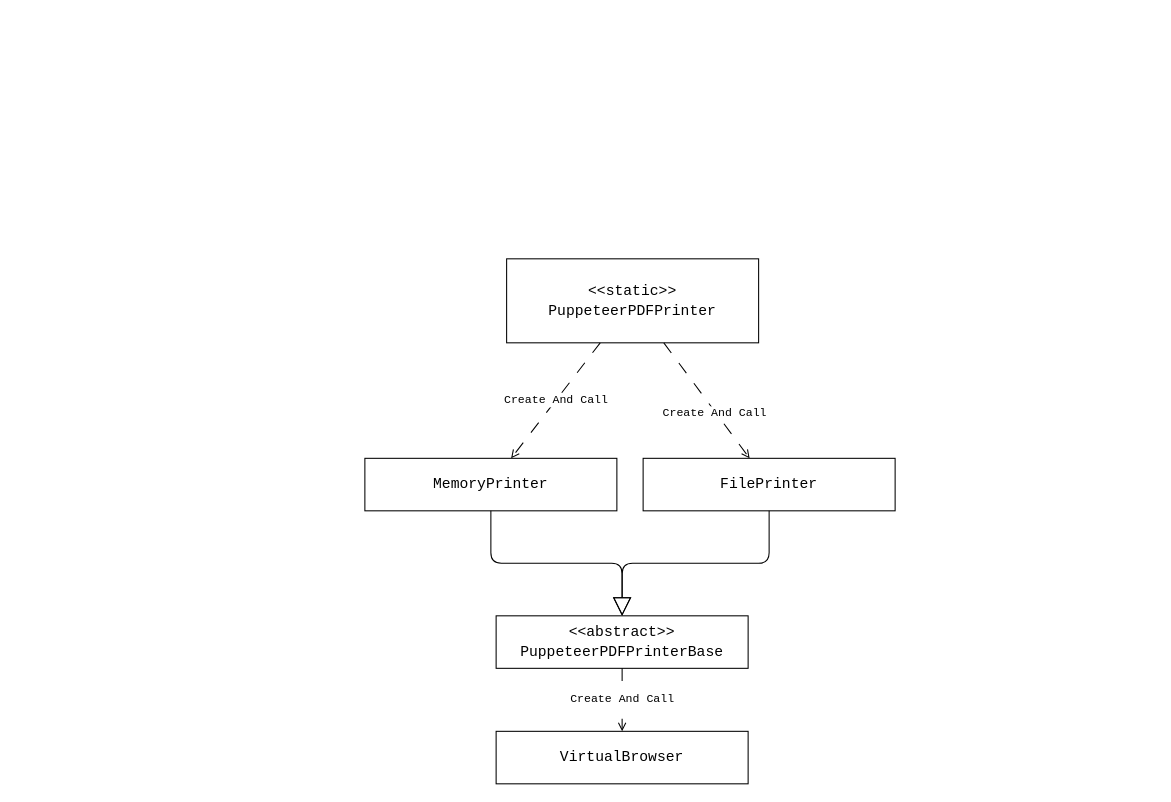
The draw.io diagram page "Printer" (3 of 3) of docs/memo/architecture.drawio in kazumatu981/markdown-it-pdf, before the edit. Source tidied: cells renumbered, new cells numbered last; positions are measured from the earlier drawing's top-left corner, leaving out a move shared by most shapes. Both pictures are drawn from the tidied source at 105%, with x=0, y=0 at pixel (364, 258).
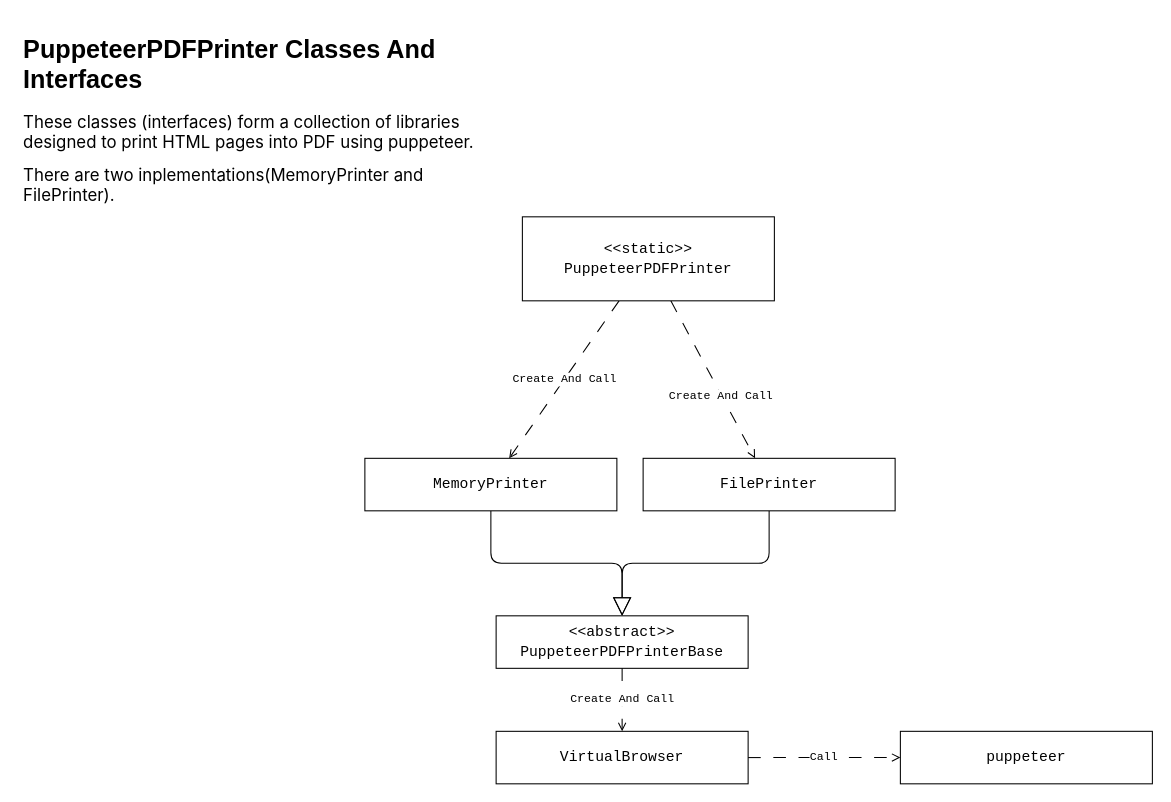
After the change.

The edit, as a diff of the source:
```diff
@@
 <mxGraphModel>
   <root>
     <mxCell id="0" />
     <mxCell id="1" parent="0" />
     <mxCell id="2" value="Create And Call" style="edgeStyle=none;html=1;fontFamily=Courier New;fontColor=default;elbow=vertical;dashed=1;dashPattern=12 12;endArrow=open;endFill=0;" parent="1" edge="1" source="5" target="7">
       <mxGeometry relative="1" as="geometry" />
     </mxCell>
     <mxCell id="3" style="edgeStyle=none;html=1;fontFamily=Courier New;fontColor=default;elbow=vertical;dashed=1;dashPattern=12 12;endArrow=open;endFill=0;" parent="1" edge="1" source="5" target="9">
       <mxGeometry relative="1" as="geometry" />
     </mxCell>
     <mxCell id="4" value="Create And Call" style="edgeLabel;html=1;align=center;verticalAlign=middle;fontFamily=Courier New;fontColor=default;" parent="3" vertex="1">
       <mxGeometry x="0.2" y="-1" relative="1" as="geometry" />
     </mxCell>
-    <mxCell id="5" value="&lt;div style=&quot;font-size: 14px; line-height: 19px;&quot;&gt;&amp;lt;&amp;lt;static&amp;gt;&amp;gt;&lt;/div&gt;&lt;div style=&quot;font-size: 14px; line-height: 19px;&quot;&gt;PuppeteerPDFPrinter&lt;/div&gt;" style="rounded=0;whiteSpace=wrap;html=1;labelBackgroundColor=none;fontColor=default;fillColor=none;fontFamily=Courier New;" parent="1" vertex="1">
-      <mxGeometry x="135" width="240" height="80" as="geometry" />
+    <mxCell id="5" value="&lt;div style=&quot;font-size: 14px; line-height: 19px;&quot;&gt;&amp;lt;&amp;lt;static&amp;gt;&amp;gt;&lt;/div&gt;&lt;div style=&quot;font-size: 14px; line-height: 19px;&quot;&gt;PuppeteerPDFPrinter&lt;/div&gt;" style="rounded=0;whiteSpace=wrap;html=1;labelBackgroundColor=none;fontColor=default;fillColor=#FFFFFF;fontFamily=Courier New;" parent="1" vertex="1">
+      <mxGeometry x="150" y="-40" width="240" height="80" as="geometry" />
     </mxCell>
     <mxCell id="6" style="edgeStyle=orthogonalEdgeStyle;html=1;fontFamily=Courier New;fontColor=default;endArrow=block;endFill=0;elbow=vertical;endSize=15;" parent="1" edge="1" source="7" target="10">
       <mxGeometry relative="1" as="geometry" />
     </mxCell>
-    <mxCell id="7" value="&lt;div style=&quot;font-size: 14px; line-height: 19px;&quot;&gt;MemoryPrinter&lt;/div&gt;" style="rounded=0;whiteSpace=wrap;html=1;labelBackgroundColor=none;fontColor=default;fillColor=none;fontFamily=Courier New;" parent="1" vertex="1">
+    <mxCell id="7" value="&lt;div style=&quot;font-size: 14px; line-height: 19px;&quot;&gt;MemoryPrinter&lt;/div&gt;" style="rounded=0;whiteSpace=wrap;html=1;labelBackgroundColor=none;fontColor=default;fillColor=#FFFFFF;fontFamily=Courier New;" parent="1" vertex="1">
       <mxGeometry y="190" width="240" height="50" as="geometry" />
     </mxCell>
     <mxCell id="8" style="edgeStyle=orthogonalEdgeStyle;html=1;fontFamily=Courier New;fontColor=default;endArrow=block;endFill=0;elbow=vertical;endSize=15;" parent="1" edge="1" source="9" target="10">
       <mxGeometry relative="1" as="geometry" />
     </mxCell>
-    <mxCell id="9" value="&lt;div style=&quot;font-size: 14px; line-height: 19px;&quot;&gt;FilePrinter&lt;/div&gt;" style="rounded=0;whiteSpace=wrap;html=1;labelBackgroundColor=none;fontColor=default;fillColor=none;fontFamily=Courier New;" parent="1" vertex="1">
+    <mxCell id="9" value="&lt;div style=&quot;font-size: 14px; line-height: 19px;&quot;&gt;FilePrinter&lt;/div&gt;" style="rounded=0;whiteSpace=wrap;html=1;labelBackgroundColor=none;fontColor=default;fillColor=#FFFFFF;fontFamily=Courier New;" parent="1" vertex="1">
       <mxGeometry x="265" y="190" width="240" height="50" as="geometry" />
     </mxCell>
-    <mxCell id="10" value="&lt;div style=&quot;font-size: 14px; line-height: 19px;&quot;&gt;&amp;lt;&amp;lt;abstract&amp;gt;&amp;gt;&lt;/div&gt;&lt;div style=&quot;font-size: 14px; line-height: 19px;&quot;&gt;PuppeteerPDFPrinterBase&lt;/div&gt;" style="rounded=0;whiteSpace=wrap;html=1;labelBackgroundColor=none;fontColor=default;fillColor=none;fontFamily=Courier New;" parent="1" vertex="1">
+    <mxCell id="10" value="&lt;div style=&quot;font-size: 14px; line-height: 19px;&quot;&gt;&amp;lt;&amp;lt;abstract&amp;gt;&amp;gt;&lt;/div&gt;&lt;div style=&quot;font-size: 14px; line-height: 19px;&quot;&gt;PuppeteerPDFPrinterBase&lt;/div&gt;" style="rounded=0;whiteSpace=wrap;html=1;labelBackgroundColor=none;fontColor=default;fillColor=#FFFFFF;fontFamily=Courier New;" parent="1" vertex="1">
       <mxGeometry x="125" y="340" width="240" height="50" as="geometry" />
     </mxCell>
-    <mxCell id="11" value="&lt;div style=&quot;font-size: 14px; line-height: 19px;&quot;&gt;VirtualBrowser&lt;/div&gt;" style="rounded=0;whiteSpace=wrap;html=1;labelBackgroundColor=none;fontColor=default;fillColor=none;fontFamily=Courier New;" parent="1" vertex="1">
+    <mxCell id="11" value="&lt;div style=&quot;font-size: 14px; line-height: 19px;&quot;&gt;VirtualBrowser&lt;/div&gt;" style="rounded=0;whiteSpace=wrap;html=1;labelBackgroundColor=none;fontColor=default;fillColor=#FFFFFF;fontFamily=Courier New;" parent="1" vertex="1">
       <mxGeometry x="125" y="450" width="240" height="50" as="geometry" />
     </mxCell>
     <mxCell id="12" value="Create And Call" style="html=1;fontFamily=Courier New;fontColor=default;elbow=vertical;dashed=1;dashPattern=12 12;endArrow=open;endFill=0;" parent="1" edge="1" source="10" target="11">
       <mxGeometry relative="1" as="geometry" />
     </mxCell>
+    <mxCell id="13" value="&lt;h1&gt;PuppeteerPDFPrinter Classes And Interfaces&lt;/h1&gt;&lt;p&gt;&lt;font style=&quot;position: relative; border-bottom: 2px solid transparent; text-decoration-style: dotted; text-underline-offset: 3px; text-decoration-color: var(--cib-color-foreground-neutral-tertiary); font-family: -apple-system, Roboto, SegoeUI, &amp;quot;Segoe UI&amp;quot;, &amp;quot;Helvetica Neue&amp;quot;, Helvetica, Meiryo, &amp;quot;Meiryo UI&amp;quot;, &amp;quot;Arial Unicode MS&amp;quot;, sans-serif; font-size: 16px;&quot;&gt;These classes (interfaces) form a collection of libraries designed to print HTML pages into PDF using puppeteer.&lt;/font&gt;&lt;br&gt;&lt;/p&gt;&lt;p&gt;&lt;font style=&quot;position: relative; border-bottom: 2px solid transparent; text-decoration-style: dotted; text-underline-offset: 3px; text-decoration-color: var(--cib-color-foreground-neutral-tertiary); font-family: -apple-system, Roboto, SegoeUI, &amp;quot;Segoe UI&amp;quot;, &amp;quot;Helvetica Neue&amp;quot;, Helvetica, Meiryo, &amp;quot;Meiryo UI&amp;quot;, &amp;quot;Arial Unicode MS&amp;quot;, sans-serif; font-size: 16px;&quot;&gt;There are two inplementations(MemoryPrinter and FilePrinter).&lt;/font&gt;&lt;/p&gt;" style="text;html=1;strokeColor=none;fillColor=none;spacing=5;spacingTop=-20;whiteSpace=wrap;overflow=hidden;rounded=0;fontColor=#000000;" parent="1" vertex="1">
+      <mxGeometry x="-330" y="-219" width="450" height="179" as="geometry" />
+    </mxCell>
+    <mxCell id="14" value="&lt;div style=&quot;font-size: 14px; line-height: 19px;&quot;&gt;puppeteer&lt;/div&gt;" style="rounded=0;whiteSpace=wrap;html=1;labelBackgroundColor=none;fontColor=default;fillColor=#FFFFFF;fontFamily=Courier New;" parent="1" vertex="1">
+      <mxGeometry x="510" y="450" width="240" height="50" as="geometry" />
+    </mxCell>
+    <mxCell id="15" value="Call" style="html=1;fontFamily=Courier New;fontColor=default;elbow=vertical;dashed=1;dashPattern=12 12;endArrow=open;endFill=0;exitX=1;exitY=0.5;exitDx=0;exitDy=0;" parent="1" edge="1" source="11" target="14">
+      <mxGeometry x="-0.01" relative="1" as="geometry" />
+    </mxCell>
   </root>
 </mxGraphModel>
```
